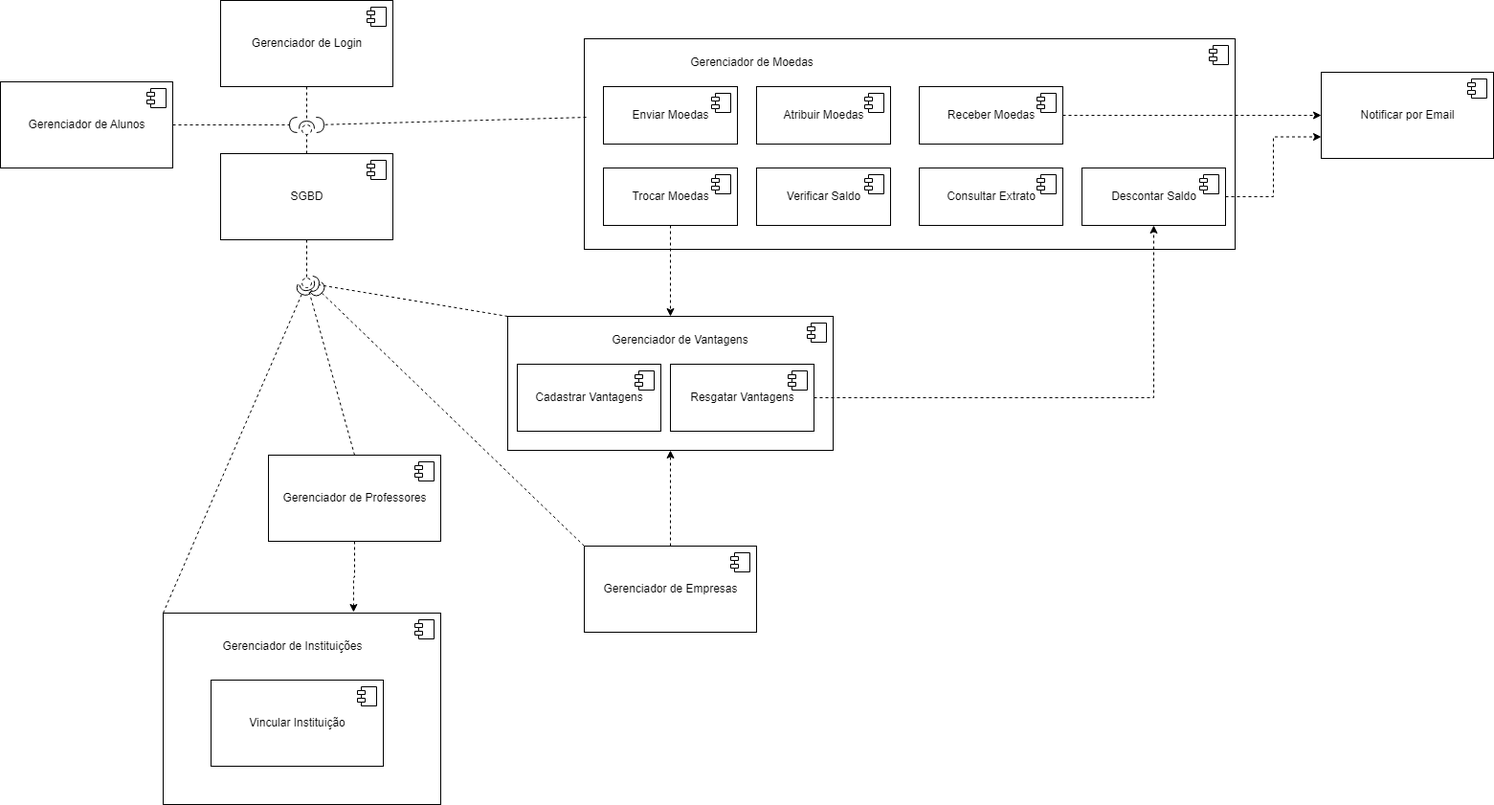
Before: Projeto/DiagramaDeComponentes/Diagrama de Componentes.drawio.png, a diagram exported from draw.io (bernardoaquino/lds-03). Source tidied: cells renumbered, new cells last; positions are measured from the earlier drawing's top-left corner, leaving out a move shared by most shapes.
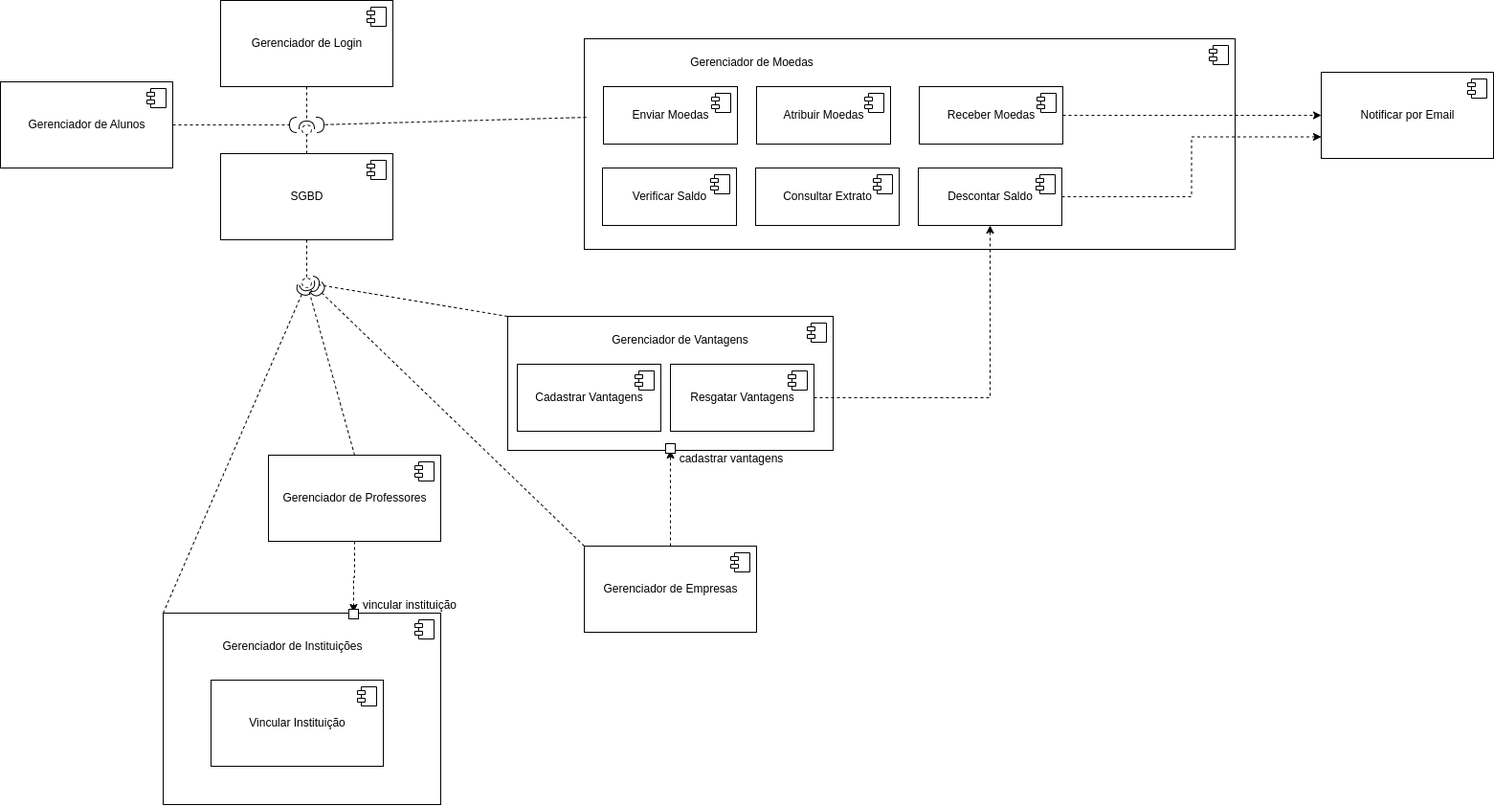
The same file after the commit.

Commit message:
chore: Atualizar diagrama de casos de uso e componentes

The edit, as a diff of the source:
```diff
@@ -70,25 +70,14 @@
       </mxGeometry>
     </mxCell>
     <mxCell id="19" value="Consultar Extrato" style="html=1;" parent="1" vertex="1">
-      <mxGeometry x="960" y="175" width="150" height="60" as="geometry" />
+      <mxGeometry x="789" y="175" width="150" height="60" as="geometry" />
     </mxCell>
     <mxCell id="20" style="shape=module;jettyWidth=8;jettyHeight=4;" parent="19" vertex="1">
       <mxGeometry x="1" width="20" height="20" relative="1" as="geometry">
         <mxPoint x="-27" y="7" as="offset" />
       </mxGeometry>
     </mxCell>
-    <mxCell id="21" style="edgeStyle=orthogonalEdgeStyle;rounded=0;jettySize=auto;html=1;dashed=1;entryX=0.5;entryY=0;entryDx=0;entryDy=0;exitX=0.5;exitY=1;exitDx=0;exitDy=0;" parent="1" edge="1" source="22" target="5">
-      <mxGeometry relative="1" as="geometry" />
-    </mxCell>
-    <mxCell id="22" value="Trocar Moedas" style="html=1;" parent="1" vertex="1">
-      <mxGeometry x="630" y="175" width="140" height="60" as="geometry" />
-    </mxCell>
-    <mxCell id="23" style="shape=module;jettyWidth=8;jettyHeight=4;" parent="22" vertex="1">
-      <mxGeometry x="1" width="20" height="20" relative="1" as="geometry">
-        <mxPoint x="-27" y="7" as="offset" />
-      </mxGeometry>
-    </mxCell>
-    <mxCell id="24" style="edgeStyle=orthogonalEdgeStyle;rounded=0;jettySize=auto;html=1;dashed=1;entryX=0.5;entryY=1;entryDx=0;entryDy=0;" parent="1" edge="1" source="25" target="5">
+    <mxCell id="24" style="edgeStyle=orthogonalEdgeStyle;rounded=0;jettySize=auto;html=1;dashed=1;" parent="1" edge="1" source="25" target="5">
       <mxGeometry relative="1" as="geometry" />
     </mxCell>
     <mxCell id="25" value="Gerenciador de Empresas" style="html=1;" parent="1" vertex="1">
@@ -114,7 +103,7 @@
       <mxGeometry relative="1" as="geometry" />
     </mxCell>
     <mxCell id="31" value="Descontar Saldo" style="html=1;" parent="1" vertex="1">
-      <mxGeometry x="1130" y="175" width="150" height="60" as="geometry" />
+      <mxGeometry x="959" y="175" width="150" height="60" as="geometry" />
     </mxCell>
     <mxCell id="32" style="shape=module;jettyWidth=8;jettyHeight=4;" parent="31" vertex="1">
       <mxGeometry x="1" width="20" height="20" relative="1" as="geometry">
@@ -163,7 +152,7 @@
       <mxGeometry x="220" y="660" width="170" height="30" as="geometry" />
     </mxCell>
     <mxCell id="44" value="Verificar Saldo" style="html=1;" parent="1" vertex="1">
-      <mxGeometry x="790" y="175" width="140" height="60" as="geometry" />
+      <mxGeometry x="629" y="175" width="140" height="60" as="geometry" />
     </mxCell>
     <mxCell id="45" style="shape=module;jettyWidth=8;jettyHeight=4;" parent="44" vertex="1">
       <mxGeometry x="1" width="20" height="20" relative="1" as="geometry">
@@ -223,5 +212,17 @@
         <mxPoint x="330" y="130" as="targetPoint" />
       </mxGeometry>
     </mxCell>
+    <mxCell id="60" style="whiteSpace=wrap;html=1;" parent="1" vertex="1">
+      <mxGeometry x="695" y="463" width="10" height="10" as="geometry" />
+    </mxCell>
+    <mxCell id="61" value="cadastrar vantagens" style="text;html=1;strokeColor=none;fillColor=none;align=center;verticalAlign=middle;whiteSpace=wrap;rounded=0;" parent="1" vertex="1">
+      <mxGeometry x="689" y="464" width="150" height="30" as="geometry" />
+    </mxCell>
+    <mxCell id="62" value="vincular instituição" style="text;html=1;strokeColor=none;fillColor=none;align=center;verticalAlign=middle;whiteSpace=wrap;rounded=0;" parent="1" vertex="1">
+      <mxGeometry x="353" y="617" width="150" height="30" as="geometry" />
+    </mxCell>
+    <mxCell id="63" style="whiteSpace=wrap;html=1;" parent="1" vertex="1">
+      <mxGeometry x="364" y="636" width="10" height="10" as="geometry" />
+    </mxCell>
   </root>
 </mxGraphModel>
```
